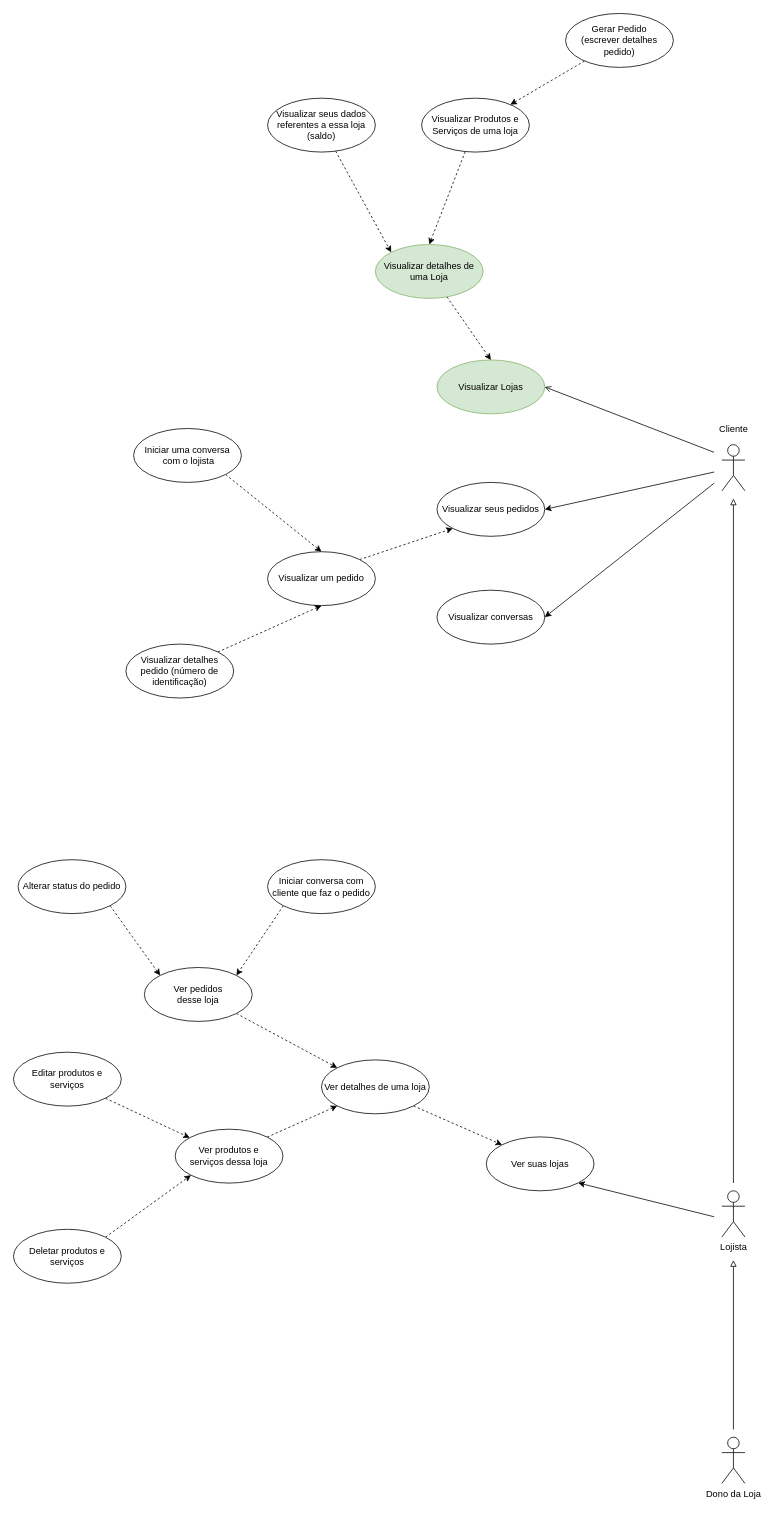
This is diagrams/UseCase.drawio from refocuscenter/refocus-center-api, a draw.io file, before an edit. Source tidied: cells renumbered, new cells numbered last; positions are measured from the earlier drawing's top-left corner, leaving out a move shared by most shapes. Both pictures are drawn from the tidied source at 77%, with x=0, y=0 at pixel (13, 13).
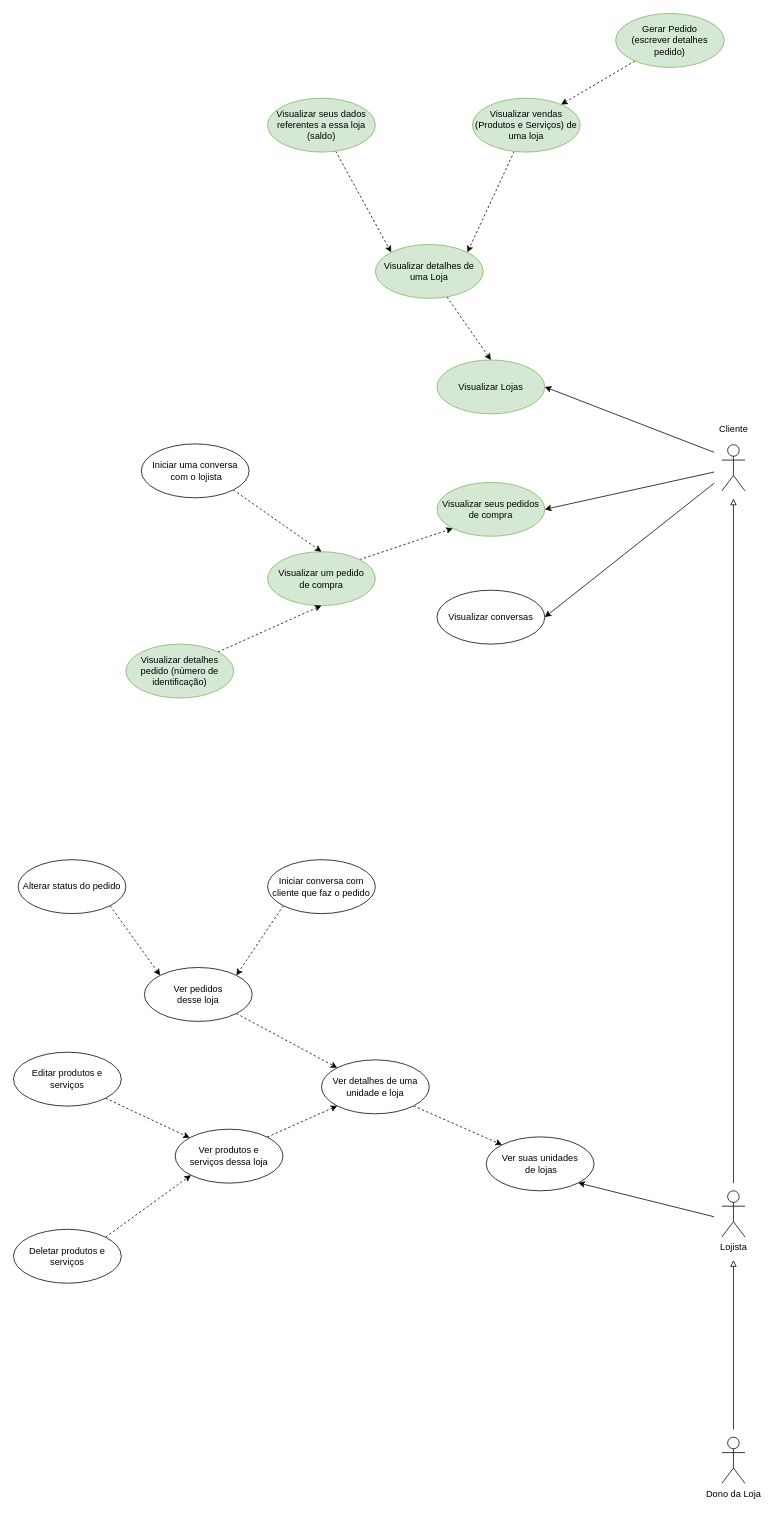
The same diagram, later.

The change refers to these unchanged cells:
```xml
<mxCell id="6" value="Visualizar Lojas" style="ellipse;whiteSpace=wrap;html=1;fillColor=#d5e8d4;strokeColor=#82b366;" parent="1" vertex="1">
  <mxGeometry x="550" y="450" width="140" height="70" as="geometry" />
</mxCell>
<mxCell id="13" value="Visualizar detalhes de uma Loja" style="ellipse;whiteSpace=wrap;html=1;fillColor=#d5e8d4;strokeColor=#82b366;" parent="1" vertex="1">
  <mxGeometry x="470" y="300" width="140" height="70" as="geometry" />
</mxCell>
<mxCell id="18" style="rounded=0;whiteSpace=wrap;html=1;strokeColor=none;" parent="17" vertex="1">
  <mxGeometry width="50" height="80" as="geometry" />
</mxCell>
```

The edit, as a diff of the source:
```diff
@@
-    <mxCell id="8" value="Visualizar seus dados referentes a essa loja (saldo)" style="ellipse;whiteSpace=wrap;html=1;" parent="1" vertex="1">
+    <mxCell id="8" value="Visualizar seus dados referentes a essa loja (saldo)" style="ellipse;whiteSpace=wrap;html=1;fillColor=#d5e8d4;strokeColor=#82b366;" parent="1" vertex="1">
       <mxGeometry x="330" y="110" width="140" height="70" as="geometry" />
     </mxCell>
-    <mxCell id="9" style="jettySize=auto;html=1;entryX=1;entryY=0.5;entryDx=0;entryDy=0;endArrow=open;endFill=0;strokeColor=#000000;exitX=0;exitY=0.25;exitDx=0;exitDy=0;" parent="1" edge="1" source="18" target="6">
+    <mxCell id="9" style="jettySize=auto;html=1;entryX=1;entryY=0.5;entryDx=0;entryDy=0;endArrow=classic;endFill=1;strokeColor=#000000;exitX=0;exitY=0.25;exitDx=0;exitDy=0;" parent="1" edge="1" source="18" target="6">
       <mxGeometry relative="1" as="geometry" />
     </mxCell>
-    <mxCell id="10" style="edgeStyle=none;jettySize=auto;html=1;entryX=0.5;entryY=0;entryDx=0;entryDy=0;dashed=1;startArrow=none;startFill=0;endArrow=classic;endFill=1;strokeColor=#000000;" parent="1" edge="1" source="11" target="13">
+    <mxCell id="10" style="edgeStyle=none;jettySize=auto;html=1;entryX=1;entryY=0;entryDx=0;entryDy=0;dashed=1;startArrow=none;startFill=0;endArrow=classic;endFill=1;strokeColor=#000000;" parent="1" edge="1" source="11" target="13">
       <mxGeometry relative="1" as="geometry" />
     </mxCell>
-    <mxCell id="11" value="Visualizar Produtos e Serviços de uma loja" style="ellipse;whiteSpace=wrap;html=1;" parent="1" vertex="1">
-      <mxGeometry x="530" y="110" width="140" height="70" as="geometry" />
+    <mxCell id="11" value="Visualizar vendas (Produtos e Serviços) de uma loja" style="ellipse;whiteSpace=wrap;html=1;fillColor=#d5e8d4;strokeColor=#82b366;" parent="1" vertex="1">
+      <mxGeometry x="596" y="110" width="140" height="70" as="geometry" />
     </mxCell>
@@
-    <mxCell id="15" value="Gerar Pedido&lt;br&gt;(escrever detalhes pedido)" style="ellipse;whiteSpace=wrap;html=1;" parent="1" vertex="1">
-      <mxGeometry x="717" width="140" height="70" as="geometry" />
+    <mxCell id="15" value="Gerar Pedido&lt;br&gt;(escrever detalhes pedido)" style="ellipse;whiteSpace=wrap;html=1;fillColor=#d5e8d4;strokeColor=#82b366;" parent="1" vertex="1">
+      <mxGeometry x="782" width="141" height="70" as="geometry" />
     </mxCell>
@@
-    <mxCell id="25" value="Visualizar seus pedidos" style="ellipse;whiteSpace=wrap;html=1;" parent="1" vertex="1">
+    <mxCell id="25" value="Visualizar seus pedidos&lt;br&gt;de compra" style="ellipse;whiteSpace=wrap;html=1;fillColor=#d5e8d4;strokeColor=#82b366;" parent="1" vertex="1">
       <mxGeometry x="550" y="609" width="140" height="70" as="geometry" />
     </mxCell>
@@
-    <mxCell id="28" value="Visualizar um pedido" style="ellipse;whiteSpace=wrap;html=1;" parent="1" vertex="1">
+    <mxCell id="28" value="Visualizar um pedido&lt;br&gt;de compra" style="ellipse;whiteSpace=wrap;html=1;fillColor=#d5e8d4;strokeColor=#82b366;" parent="1" vertex="1">
       <mxGeometry x="330" y="699" width="140" height="70" as="geometry" />
     </mxCell>
@@
-    <mxCell id="30" value="Visualizar detalhes pedido (número de identificação)" style="ellipse;whiteSpace=wrap;html=1;" parent="1" vertex="1">
+    <mxCell id="30" value="Visualizar detalhes pedido (número de identificação)" style="ellipse;whiteSpace=wrap;html=1;fillColor=#d5e8d4;strokeColor=#82b366;" parent="1" vertex="1">
       <mxGeometry x="146" y="819" width="140" height="70" as="geometry" />
     </mxCell>
@@
     <mxCell id="34" value="Iniciar uma conversa&lt;br&gt;&amp;nbsp;com o lojista" style="ellipse;whiteSpace=wrap;html=1;" parent="1" vertex="1">
-      <mxGeometry x="156" y="539" width="140" height="70" as="geometry" />
+      <mxGeometry x="166" y="559" width="140" height="70" as="geometry" />
     </mxCell>
-    <mxCell id="35" value="Ver suas lojas" style="ellipse;whiteSpace=wrap;html=1;" parent="1" vertex="1">
+    <mxCell id="35" value="Ver suas unidades&lt;br&gt;&amp;nbsp;de lojas" style="ellipse;whiteSpace=wrap;html=1;" parent="1" vertex="1">
       <mxGeometry x="614" y="1459" width="140" height="70" as="geometry" />
     </mxCell>
@@
-    <mxCell id="38" value="Ver detalhes de uma loja" style="ellipse;whiteSpace=wrap;html=1;" parent="1" vertex="1">
+    <mxCell id="38" value="Ver detalhes de uma unidade e loja" style="ellipse;whiteSpace=wrap;html=1;" parent="1" vertex="1">
       <mxGeometry x="400" y="1359" width="140" height="70" as="geometry" />
     </mxCell>
```
